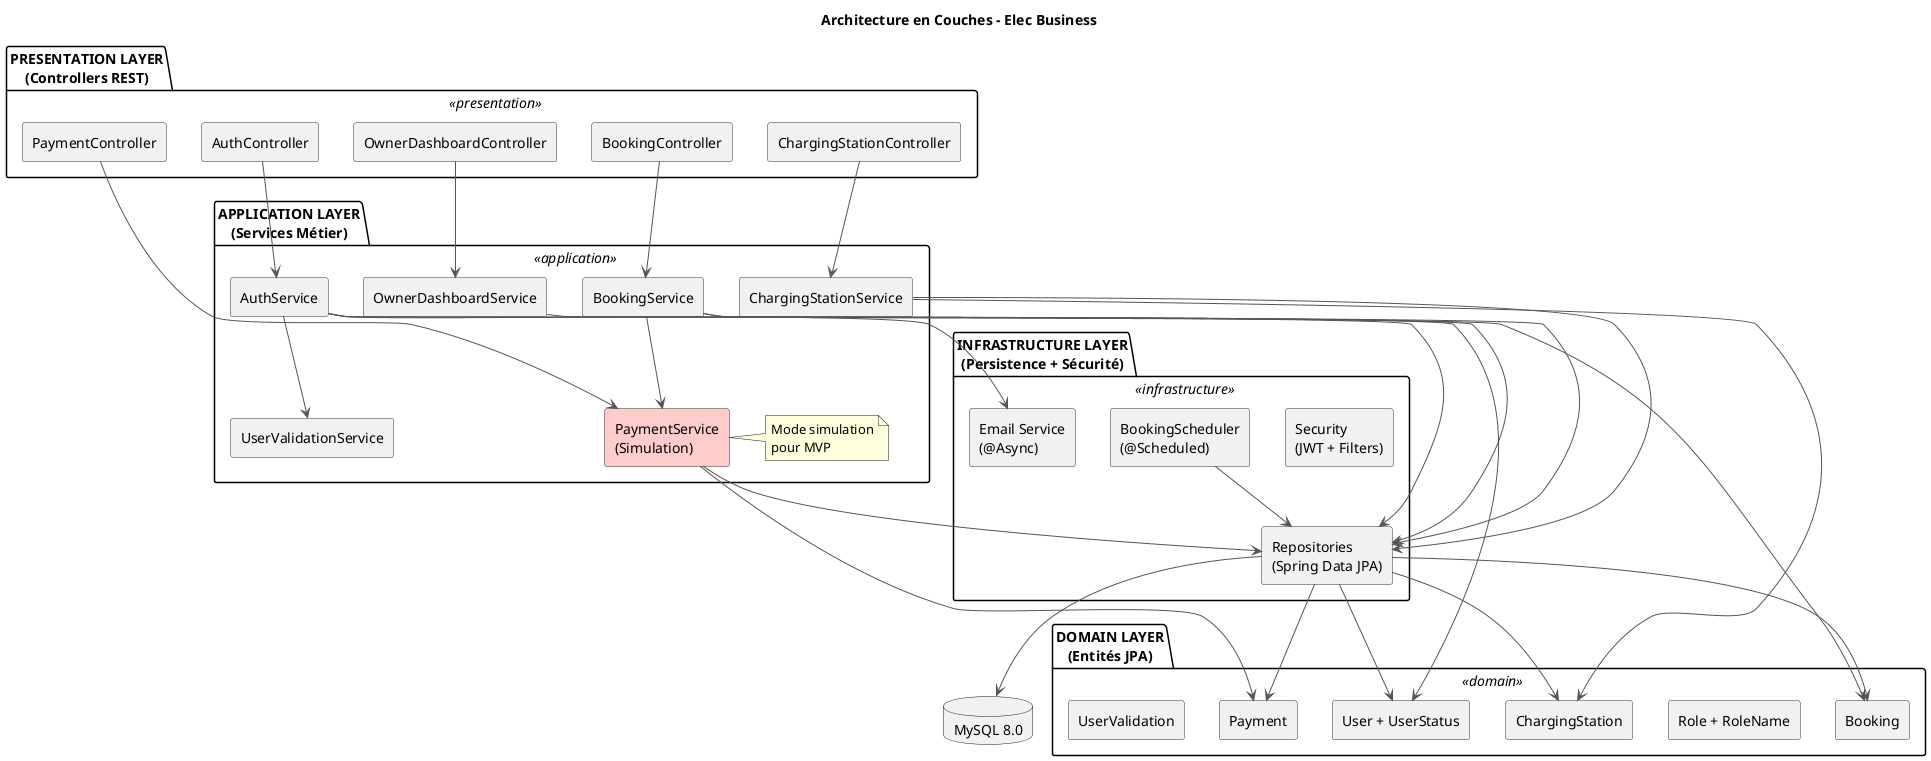
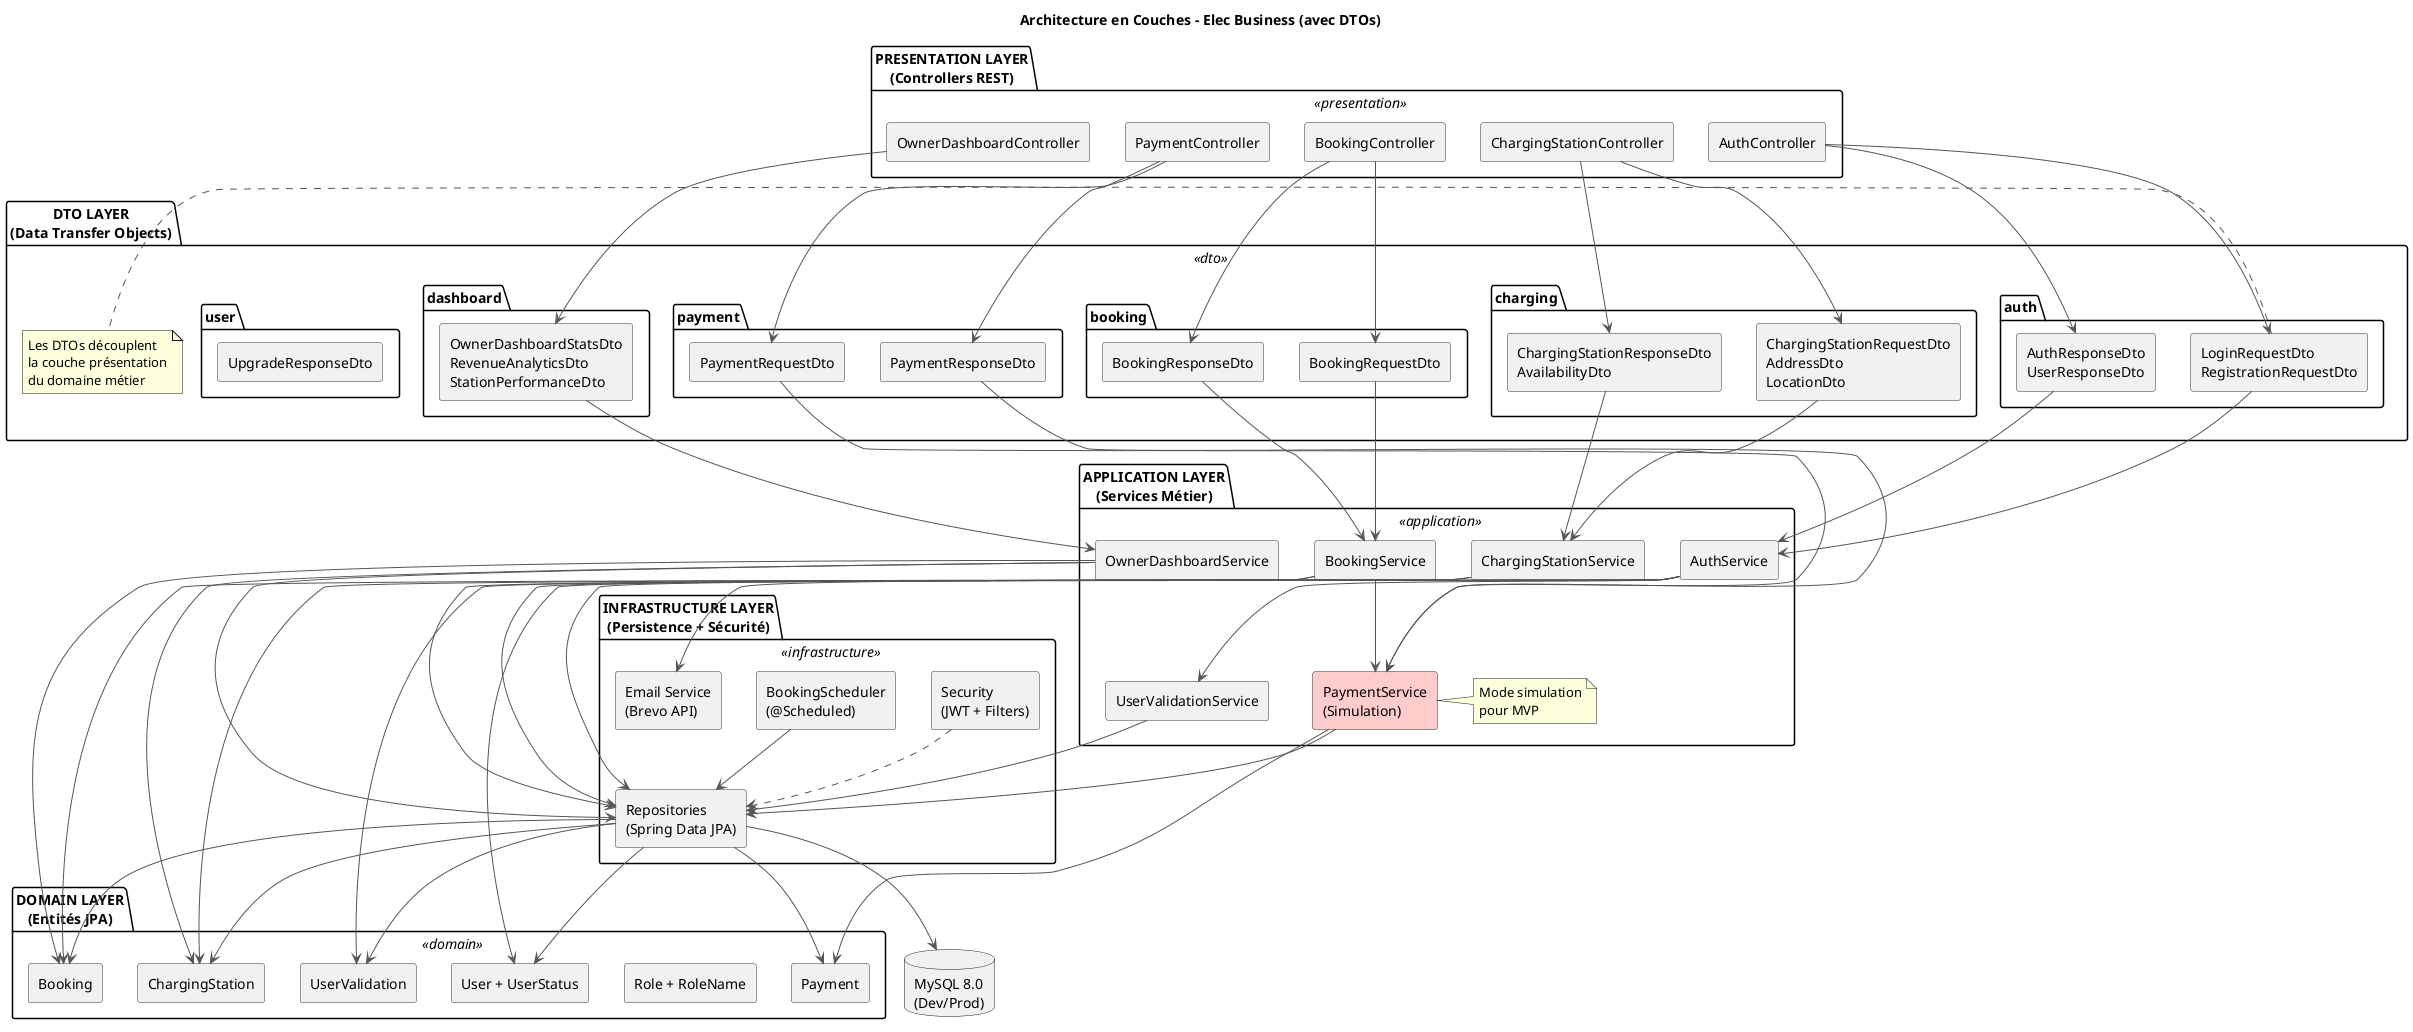
- @startuml Architecture_Layered_ElecBusiness
+ @startuml Architecture_Layered_ElecBusiness_With_DTOs

- title Architecture en Couches - Elec Business
+ title Architecture en Couches - Elec Business (avec DTOs)

skinparam rectangle {
    BackgroundColor<<presentation>> #E8F4F8
+     BackgroundColor<<dto>> #F0E68C
    BackgroundColor<<application>> #D4F1D4
    BackgroundColor<<domain>> #FFE6E6
    BackgroundColor<<infrastructure>> #FFE6CC
    BorderColor #333333
    FontColor #000000
    Shadowing false
}

skinparam arrow {
    Color #555555
    FontColor #000000
}

' ==============================================
' PRESENTATION LAYER
' ==============================================
package "**PRESENTATION LAYER**\n(Controllers REST)" <<presentation>> {
    rectangle "AuthController" as AuthCtrl
    rectangle "ChargingStationController" as StationCtrl
    rectangle "BookingController" as BookingCtrl
    rectangle "PaymentController" as PaymentCtrl
    rectangle "OwnerDashboardController" as DashboardCtrl
+ }
+ 
+ ' ==============================================
+ ' DTO LAYER
+ ' ==============================================
+ package "**DTO LAYER**\n(Data Transfer Objects)" <<dto>> {
+     package "auth" {
+         rectangle "LoginRequestDto\nRegistrationRequestDto" as AuthRequestDto
+         rectangle "AuthResponseDto\nUserResponseDto" as AuthResponseDto
+     }
+ 
+     package "charging" {
+         rectangle "ChargingStationRequestDto\nAddressDto\nLocationDto" as StationRequestDto
+         rectangle "ChargingStationResponseDto\nAvailabilityDto" as StationResponseDto
+     }
+ 
+     package "booking" {
+         rectangle "BookingRequestDto" as BookingRequestDto
+         rectangle "BookingResponseDto" as BookingResponseDto
+     }
+ 
+     package "payment" {
+         rectangle "PaymentRequestDto" as PaymentRequestDto
+         rectangle "PaymentResponseDto" as PaymentResponseDto
+     }
+ 
+     package "dashboard" {
+         rectangle "OwnerDashboardStatsDto\nRevenueAnalyticsDto\nStationPerformanceDto" as DashboardDto
+     }
+ 
+     package "user" {
+         rectangle "UpgradeResponseDto" as UserDto
+     }
+ 
+     note right of AuthRequestDto
+         Les DTOs découplent
+         la couche présentation
+         du domaine métier
+     end note
}

' ==============================================
' APPLICATION LAYER
' ==============================================
package "**APPLICATION LAYER**\n(Services Métier)" <<application>> {
    rectangle "AuthService" as AuthService
    rectangle "UserValidationService" as ValidationService
    rectangle "ChargingStationService" as StationService
    rectangle "BookingService" as BookingService
    rectangle "PaymentService\n(Simulation)" as PaymentService #FFCCCC
    rectangle "OwnerDashboardService" as DashboardService

    note right of PaymentService
        Mode simulation
        pour MVP
    end note
}

' ==============================================
' DOMAIN LAYER
' ==============================================
package "**DOMAIN LAYER**\n(Entités JPA)" <<domain>> {
    rectangle "User + UserStatus" as UserEntity
    rectangle "Role + RoleName" as RoleEntity
    rectangle "ChargingStation" as StationEntity
    rectangle "Booking" as BookingEntity
    rectangle "Payment" as PaymentEntity
    rectangle "UserValidation" as ValidationEntity
}

' ==============================================
' INFRASTRUCTURE LAYER
' ==============================================
package "**INFRASTRUCTURE LAYER**\n(Persistence + Sécurité)" <<infrastructure>> {
    rectangle "Repositories\n(Spring Data JPA)" as Repositories
    rectangle "Security\n(JWT + Filters)" as Security
    rectangle "BookingScheduler\n(@Scheduled)" as Scheduler
-     rectangle "Email Service\n(@Async)" as Email
+     rectangle "Email Service\n(Brevo API)" as Email
}

' ==============================================
' BASE DE DONNÉES
' ==============================================
- database "MySQL 8.0" as MySQL
+ database "MySQL 8.0\n(Dev/Prod)" as MySQL

' ==============================================
- ' RELATIONS
+ ' RELATIONS PRESENTATION -> DTO
' ==============================================
- AuthCtrl --> AuthService
- StationCtrl --> StationService
- BookingCtrl --> BookingService
- PaymentCtrl --> PaymentService
- DashboardCtrl --> DashboardService
+ AuthCtrl --> AuthRequestDto
+ AuthCtrl --> AuthResponseDto
+ StationCtrl --> StationRequestDto
+ StationCtrl --> StationResponseDto
+ BookingCtrl --> BookingRequestDto
+ BookingCtrl --> BookingResponseDto
+ PaymentCtrl --> PaymentRequestDto
+ PaymentCtrl --> PaymentResponseDto
+ DashboardCtrl --> DashboardDto

+ ' ==============================================
+ ' RELATIONS DTO -> APPLICATION
+ ' ==============================================
+ AuthRequestDto --> AuthService
+ AuthResponseDto --> AuthService
+ StationRequestDto --> StationService
+ StationResponseDto --> StationService
+ BookingRequestDto --> BookingService
+ BookingResponseDto --> BookingService
+ PaymentRequestDto --> PaymentService
+ PaymentResponseDto --> PaymentService
+ DashboardDto --> DashboardService
+ 
+ ' ==============================================
+ ' RELATIONS APPLICATION -> APPLICATION
+ ' ==============================================
AuthService --> ValidationService
AuthService --> Email
BookingService --> PaymentService

+ ' ==============================================
+ ' RELATIONS APPLICATION -> DOMAIN
+ ' ==============================================
AuthService --> UserEntity
+ AuthService --> ValidationEntity
StationService --> StationEntity
BookingService --> BookingEntity
PaymentService --> PaymentEntity
+ DashboardService --> StationEntity
+ DashboardService --> BookingEntity

+ ' ==============================================
+ ' RELATIONS APPLICATION -> INFRASTRUCTURE
+ ' ==============================================
AuthService --> Repositories
StationService --> Repositories
BookingService --> Repositories
PaymentService --> Repositories
DashboardService --> Repositories
+ ValidationService --> Repositories

+ ' ==============================================
+ ' RELATIONS INFRASTRUCTURE -> DOMAIN
+ ' ==============================================
Repositories --> UserEntity
Repositories --> StationEntity
Repositories --> BookingEntity
Repositories --> PaymentEntity
+ Repositories --> ValidationEntity

+ ' ==============================================
+ ' RELATIONS INFRASTRUCTURE -> DATABASE
+ ' ==============================================
Repositories --> MySQL
Scheduler --> Repositories
+ Security ..> Repositories

- @enduml
+ @enduml